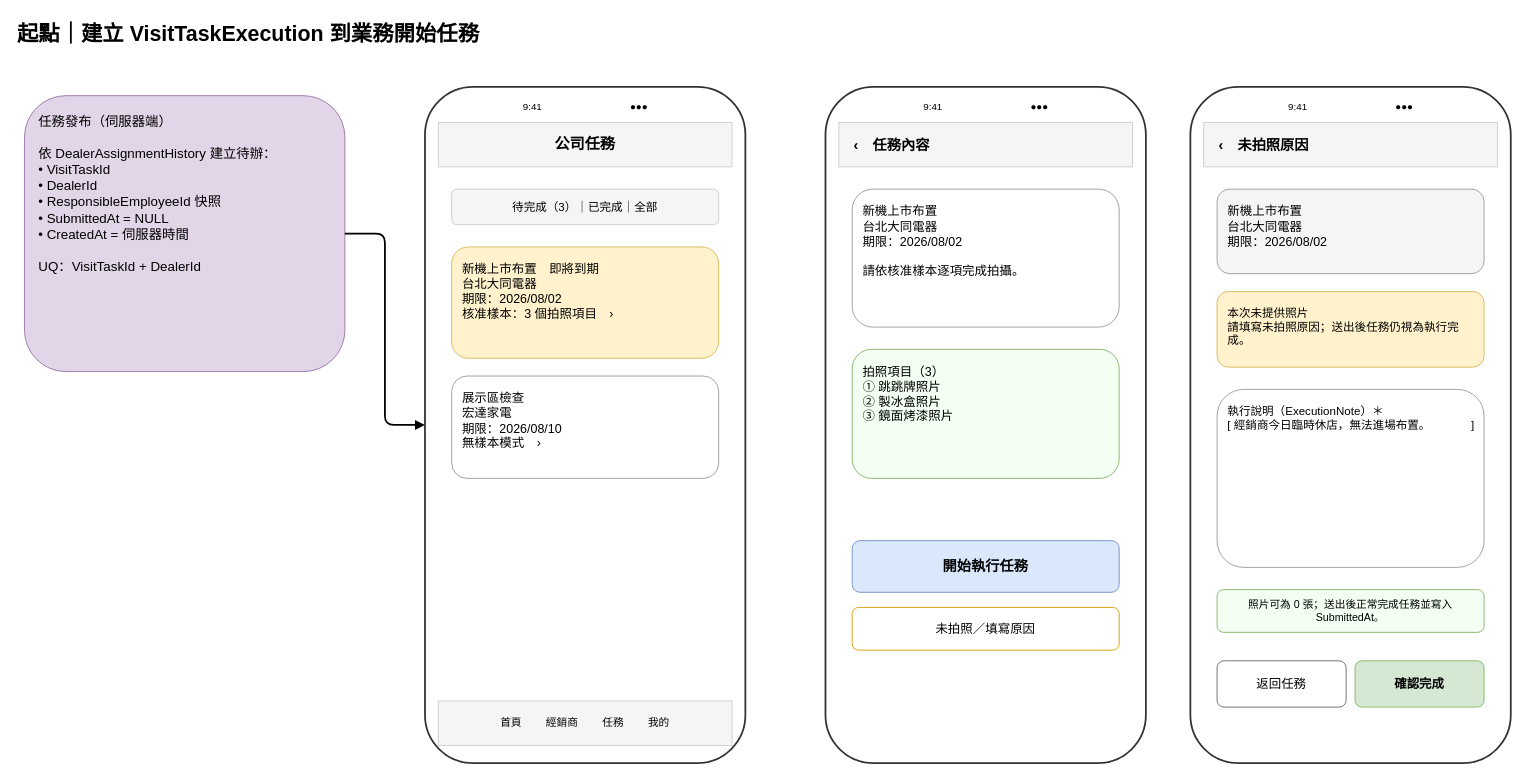
The draw.io diagram page "01_建立VisitTaskExecution" (2 of 5) of Codex筆記/LGSale_UI_PHOTO.drawio in tim5612/LGSaleOut, before the edit. Source tidied: cells renumbered, new cells numbered last; positions are measured from the earlier drawing's top-left corner, leaving out a move shared by most shapes. Both pictures are drawn from the tidied source at 89%, with x=0, y=0 at pixel (15, 15).
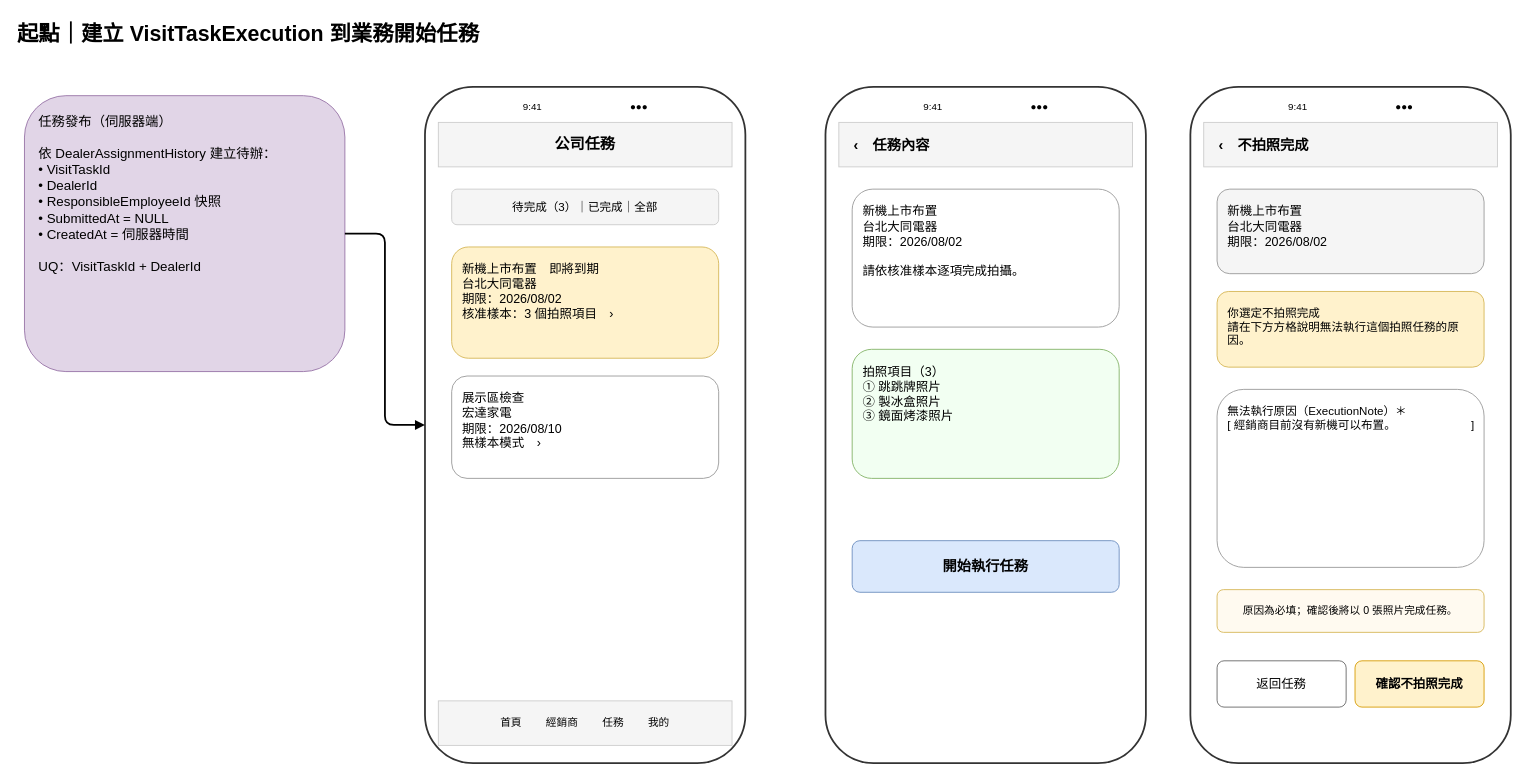
Above is the later version.

Diff of the diagram source:
```diff
@@
-    <mxCell id="17" value="未拍照／填寫原因" style="rounded=1;whiteSpace=wrap;html=1;fillColor=#ffffff;strokeColor=#d79b00;fontSize=14;" parent="1" vertex="1">
-      <mxGeometry x="940" y="665" width="300" height="48" as="geometry" />
-    </mxCell>
@@
-    <mxCell id="20" value="‹　未拍照原因" style="rounded=0;whiteSpace=wrap;html=1;fillColor=#f5f5f5;strokeColor=#cccccc;fontStyle=1;fontSize=16;align=left;spacingLeft=15;" parent="1" vertex="1">
+    <mxCell id="20" value="‹　不拍照完成" style="rounded=0;whiteSpace=wrap;html=1;fillColor=#f5f5f5;strokeColor=#cccccc;fontStyle=1;fontSize=16;align=left;spacingLeft=15;" parent="1" vertex="1">
       <mxGeometry x="1335" y="120" width="330" height="50" as="geometry" />
     </mxCell>
@@
-    <mxCell id="22" value="本次未提供照片&#10;請填寫未拍照原因；送出後任務仍視為執行完成。" style="rounded=1;whiteSpace=wrap;html=1;fillColor=#fff2cc;strokeColor=#d6b656;align=left;verticalAlign=top;spacing=12;fontSize=13;" parent="1" vertex="1">
+    <mxCell id="22" value="你選定不拍照完成&#10;請在下方方格說明無法執行這個拍照任務的原因。" style="rounded=1;whiteSpace=wrap;html=1;fillColor=#fff2cc;strokeColor=#d6b656;align=left;verticalAlign=top;spacing=12;fontSize=13;" parent="1" vertex="1">
       <mxGeometry x="1350" y="310" width="300" height="85" as="geometry" />
     </mxCell>
-    <mxCell id="23" value="執行說明（ExecutionNote）＊&#10;[ 經銷商今日臨時休店，無法進場布置。　　　　]" style="rounded=1;whiteSpace=wrap;html=1;fillColor=#ffffff;strokeColor=#999999;align=left;verticalAlign=top;spacing=12;fontSize=13;" parent="1" vertex="1">
+    <mxCell id="23" value="無法執行原因（ExecutionNote）＊&#10;[ 經銷商目前沒有新機可以布置。　　　　　　　]" style="rounded=1;whiteSpace=wrap;html=1;fillColor=#ffffff;strokeColor=#999999;align=left;verticalAlign=top;spacing=12;fontSize=13;" parent="1" vertex="1">
       <mxGeometry x="1350" y="420" width="300" height="200" as="geometry" />
     </mxCell>
-    <mxCell id="24" value="照片可為 0 張；送出後正常完成任務並寫入 SubmittedAt。" style="rounded=1;whiteSpace=wrap;html=1;fillColor=#f2fff2;strokeColor=#82b366;fontSize=12;" parent="1" vertex="1">
+    <mxCell id="24" value="原因為必填；確認後將以 0 張照片完成任務。" style="rounded=1;whiteSpace=wrap;html=1;fillColor=#fffaf0;strokeColor=#d6b656;fontSize=12;" parent="1" vertex="1">
       <mxGeometry x="1350" y="645" width="300" height="48" as="geometry" />
     </mxCell>
@@
-    <mxCell id="26" value="確認完成" style="rounded=1;whiteSpace=wrap;html=1;fillColor=#d5e8d4;strokeColor=#82b366;fontStyle=1;fontSize=14;" parent="1" vertex="1">
+    <mxCell id="26" value="確認不拍照完成" style="rounded=1;whiteSpace=wrap;html=1;fillColor=#fff2cc;strokeColor=#d79b00;fontStyle=1;fontSize=14;" parent="1" vertex="1">
       <mxGeometry x="1505" y="725" width="145" height="52" as="geometry" />
     </mxCell>
```
